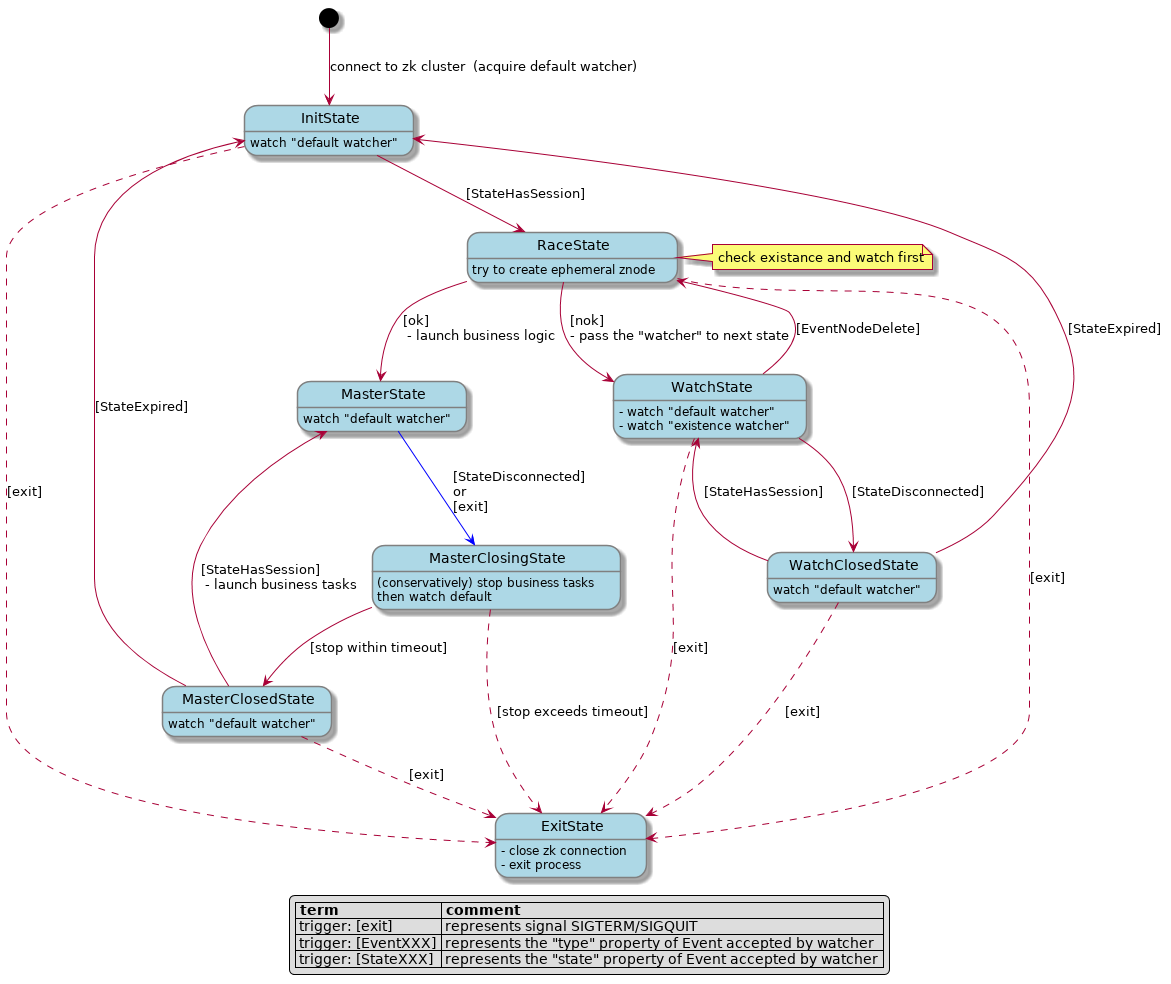
magodo/go-zk-ha keeps this PlantUML diagram as doc/ha_stat.png. Above is the earlier version.
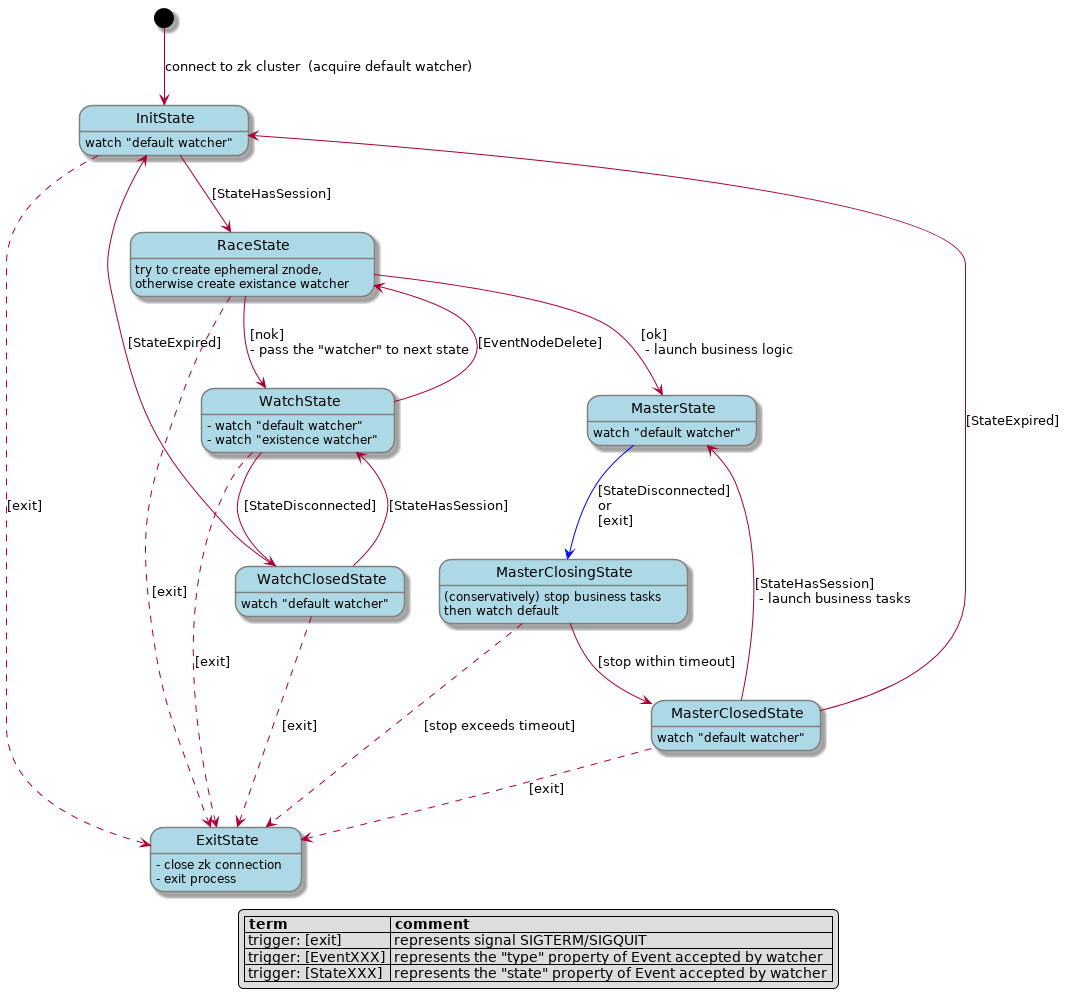
After the change.

The edit, as a diff of the source:
```diff
@@ -14,10 +14,7 @@
 InitState: watch "default watcher"
 
 InitState -down-> RaceState: [StateHasSession]
-RaceState: try to create ephemeral znode
-note right of RaceState
-check existance and watch first
-end note
+RaceState: try to create ephemeral znode,\notherwise create existance watcher
 
 RaceState -down-> MasterState: [ok]\n - launch business logic
 RaceState -down-> WatchState: [nok]\n- pass the "watcher" to next state
```
